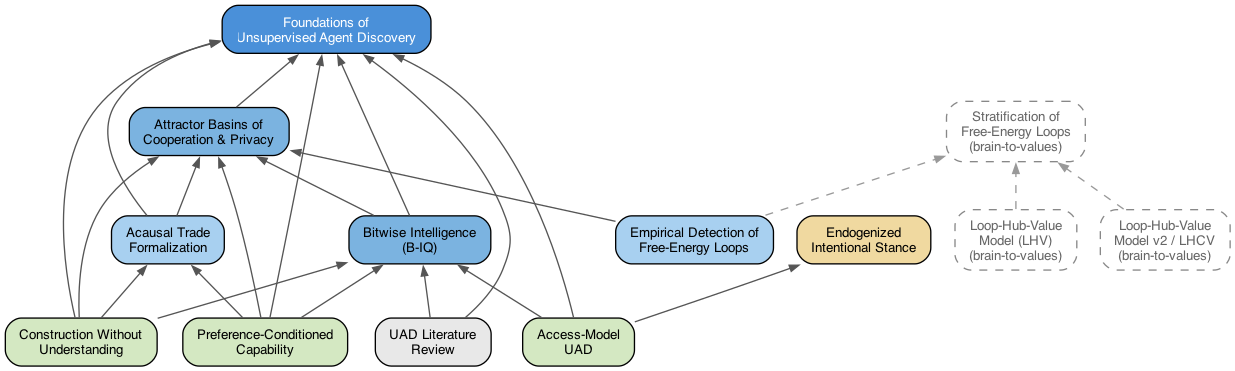
GunnarZarncke/agency-detect keeps this Graphviz diagram as docs/papers/paper-dependencies.png. Above is the earlier version. Its source is kept beside it as docs/papers/paper-dependencies.dot.
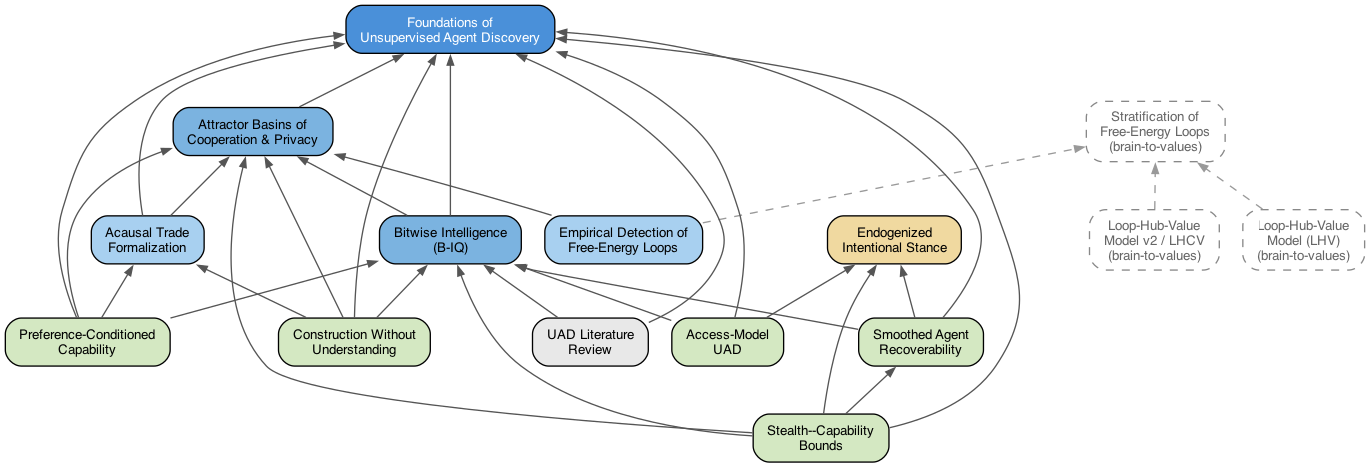
The same file after the commit.

Commit message:
Add smooth-UAD and stealth papers with shared bibliography builds

Change to the diagram source:
```diff
@@ -13,6 +13,8 @@
     APP  [label="Empirical Detection of\nFree-Energy Loops", fillcolor="#A8D0F0"];
 
     ACC  [label="Access-Model\nUAD", fillcolor="#D4E8C2"];
+    SCB  [label="Stealth--Capability\nBounds", fillcolor="#D4E8C2"];
+    SMU  [label="Smoothed Agent\nRecoverability", fillcolor="#D4E8C2"];
     PCC  [label="Preference-Conditioned\nCapability", fillcolor="#D4E8C2"];
     CWU  [label="Construction Without\nUnderstanding", fillcolor="#D4E8C2"];
     LIT  [label="UAD Literature\nReview", fillcolor="#E8E8E8"];
@@ -51,4 +53,14 @@
     ACC -> UAD;
     ACC -> EIS;
     ACC -> BIQ;
+
+    SCB -> UAD;
+    SCB -> BIQ;
+    SCB -> ABC;
+    SCB -> EIS;
+    SCB -> SMU;
+
+    SMU -> UAD;
+    SMU -> BIQ;
+    SMU -> EIS;
 }
```
